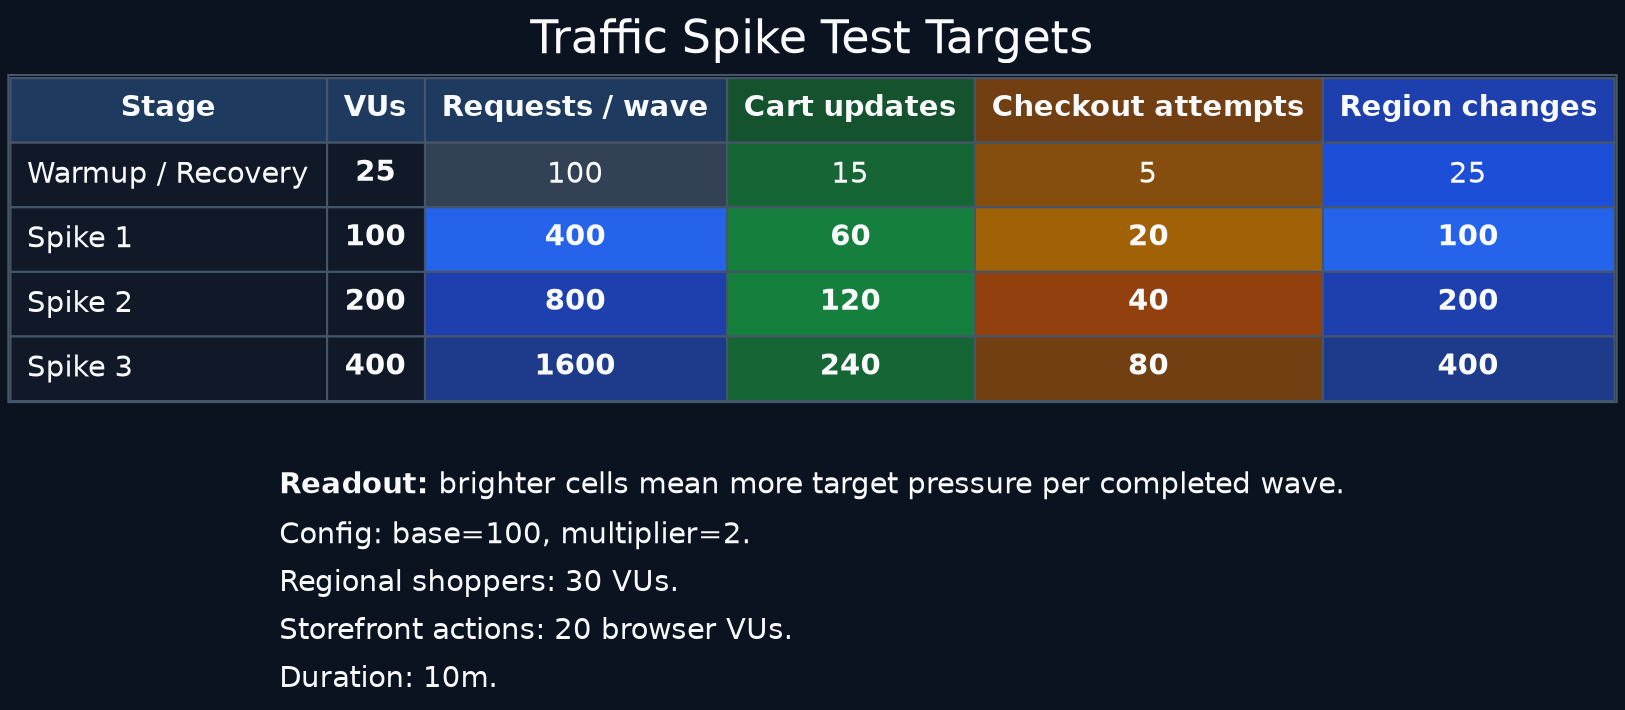
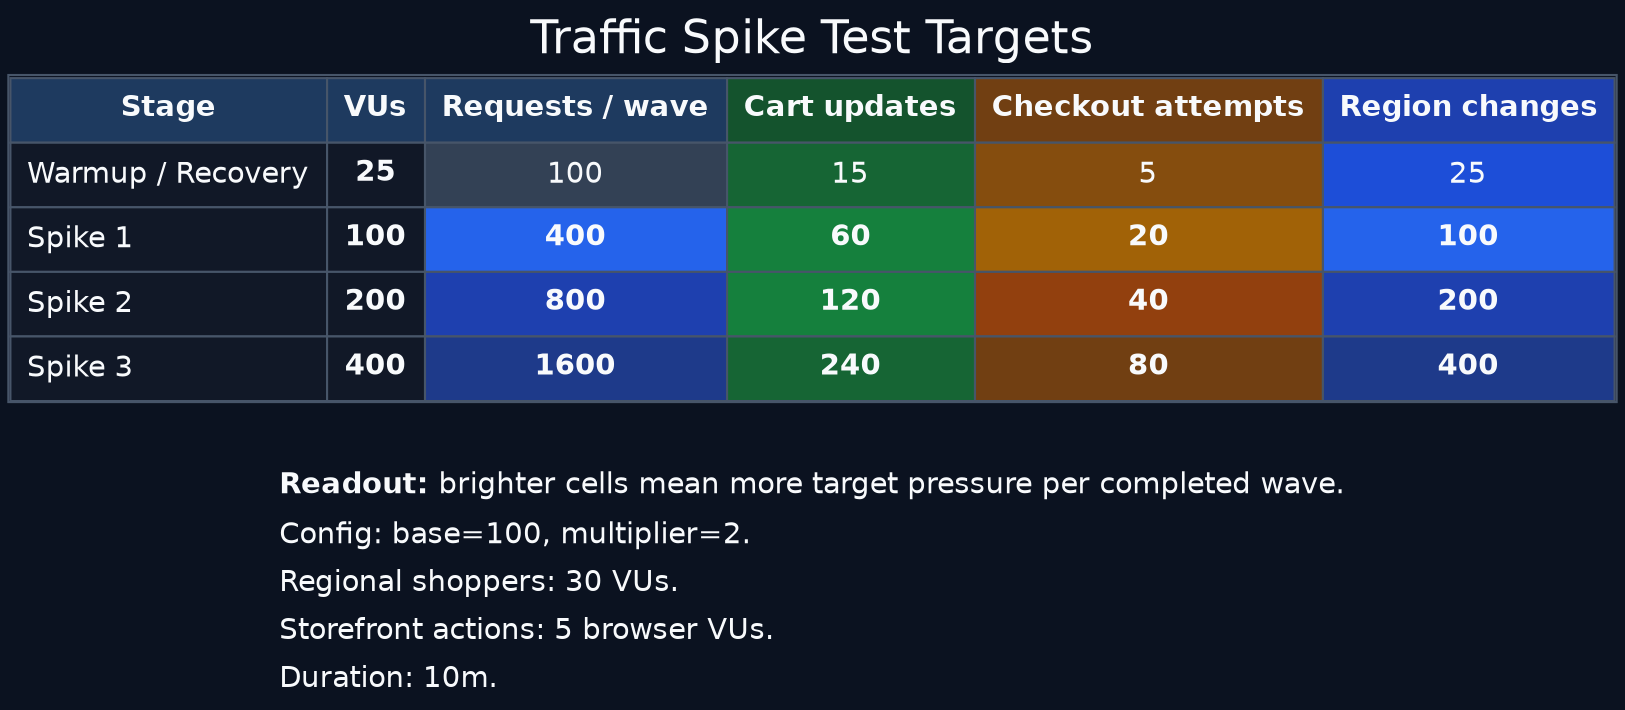
digraph traffic_spike_target_heatmap_dark {
  graph [rankdir=TB, labelloc=t, label="Traffic Spike Test Targets", bgcolor="#0b1220", fontcolor="#f8fafc", fontsize=22, fontname="Helvetica", nodesep=0.35, ranksep=0.4];
  node [shape=plain, fontname="Helvetica", fontcolor="#f8fafc"];
  edge [style=invis];

  target_heatmap [label=<
    <TABLE BORDER="1" CELLBORDER="1" CELLSPACING="0" CELLPADDING="7" COLOR="#475569">
      <TR><TD BGCOLOR="#1e3a5f"><FONT COLOR="#f8fafc"><B>Stage</B></FONT></TD><TD BGCOLOR="#1e3a5f"><FONT COLOR="#f8fafc"><B>VUs</B></FONT></TD><TD BGCOLOR="#1e3a5f"><FONT COLOR="#f8fafc"><B>Requests / wave</B></FONT></TD><TD BGCOLOR="#14532d"><FONT COLOR="#f8fafc"><B>Cart updates</B></FONT></TD><TD BGCOLOR="#713f12"><FONT COLOR="#f8fafc"><B>Checkout attempts</B></FONT></TD><TD BGCOLOR="#1e40af"><FONT COLOR="#f8fafc"><B>Region changes</B></FONT></TD></TR>
      <TR><TD ALIGN="LEFT" BGCOLOR="#111827"><FONT COLOR="#f8fafc">Warmup / Recovery</FONT></TD><TD BGCOLOR="#111827"><FONT COLOR="#f8fafc"><B>25</B></FONT></TD><TD BGCOLOR="#334155"><FONT COLOR="#f8fafc">100</FONT></TD><TD BGCOLOR="#166534"><FONT COLOR="#f8fafc">15</FONT></TD><TD BGCOLOR="#854d0e"><FONT COLOR="#f8fafc">5</FONT></TD><TD BGCOLOR="#1d4ed8"><FONT COLOR="#f8fafc">25</FONT></TD></TR>
      <TR><TD ALIGN="LEFT" BGCOLOR="#111827"><FONT COLOR="#f8fafc">Spike 1</FONT></TD><TD BGCOLOR="#111827"><FONT COLOR="#f8fafc"><B>100</B></FONT></TD><TD BGCOLOR="#2563eb"><FONT COLOR="#f8fafc"><B>400</B></FONT></TD><TD BGCOLOR="#15803d"><FONT COLOR="#f8fafc"><B>60</B></FONT></TD><TD BGCOLOR="#a16207"><FONT COLOR="#f8fafc"><B>20</B></FONT></TD><TD BGCOLOR="#2563eb"><FONT COLOR="#f8fafc"><B>100</B></FONT></TD></TR>
      <TR><TD ALIGN="LEFT" BGCOLOR="#111827"><FONT COLOR="#f8fafc">Spike 2</FONT></TD><TD BGCOLOR="#111827"><FONT COLOR="#f8fafc"><B>200</B></FONT></TD><TD BGCOLOR="#1e40af"><FONT COLOR="#f8fafc"><B>800</B></FONT></TD><TD BGCOLOR="#15803d"><FONT COLOR="#f8fafc"><B>120</B></FONT></TD><TD BGCOLOR="#92400e"><FONT COLOR="#f8fafc"><B>40</B></FONT></TD><TD BGCOLOR="#1e40af"><FONT COLOR="#f8fafc"><B>200</B></FONT></TD></TR>
      <TR><TD ALIGN="LEFT" BGCOLOR="#111827"><FONT COLOR="#f8fafc">Spike 3</FONT></TD><TD BGCOLOR="#111827"><FONT COLOR="#f8fafc"><B>400</B></FONT></TD><TD BGCOLOR="#1e3a8a"><FONT COLOR="#f8fafc"><B>1600</B></FONT></TD><TD BGCOLOR="#166534"><FONT COLOR="#f8fafc"><B>240</B></FONT></TD><TD BGCOLOR="#713f12"><FONT COLOR="#f8fafc"><B>80</B></FONT></TD><TD BGCOLOR="#1e3a8a"><FONT COLOR="#f8fafc"><B>400</B></FONT></TD></TR>
    </TABLE>
  >];

  target_note [label=<
    <TABLE BORDER="0" CELLBORDER="0" CELLSPACING="0" CELLPADDING="4">
      <TR><TD ALIGN="LEFT"><FONT COLOR="#f8fafc"><B>Readout:</B> brighter cells mean more target pressure per completed wave.</FONT></TD></TR>
      <TR><TD ALIGN="LEFT"><FONT COLOR="#f8fafc">Config: base=100, multiplier=2.</FONT></TD></TR>
      <TR><TD ALIGN="LEFT"><FONT COLOR="#f8fafc">Regional shoppers: 30 VUs.</FONT></TD></TR>
-       <TR><TD ALIGN="LEFT"><FONT COLOR="#f8fafc">Storefront actions: 20 browser VUs.</FONT></TD></TR>
+       <TR><TD ALIGN="LEFT"><FONT COLOR="#f8fafc">Storefront actions: 5 browser VUs.</FONT></TD></TR>
      <TR><TD ALIGN="LEFT"><FONT COLOR="#f8fafc">Duration: 10m.</FONT></TD></TR>
    </TABLE>
  >];

  target_heatmap -> target_note;
}
